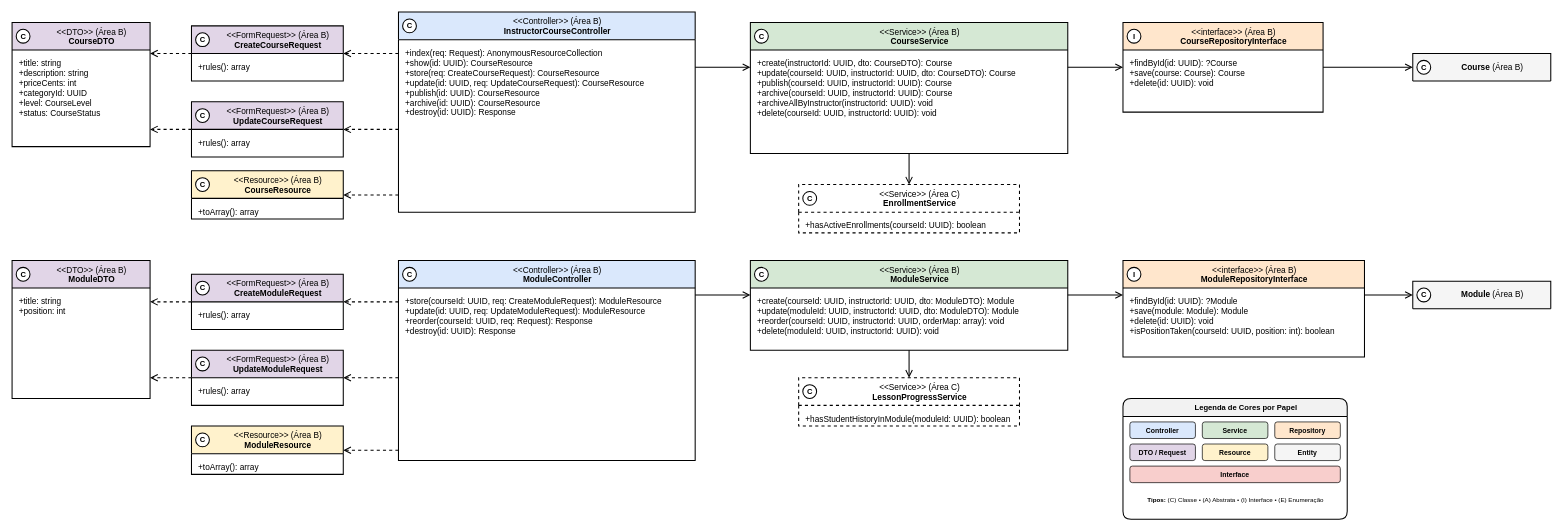
Before: especificacao/diagramas/13-classes-area-b-implementacao-cursos-modulos.drawio in Plataforma-de-Cursos-TCC/plataforma-cursos-docs, a draw.io diagram. Source tidied: cells renumbered, new cells numbered last; positions are measured from the earlier drawing's top-left corner, leaving out a move shared by most shapes. Both pictures are drawn from the tidied source at 69%, with x=0, y=0 at pixel (12, 12).
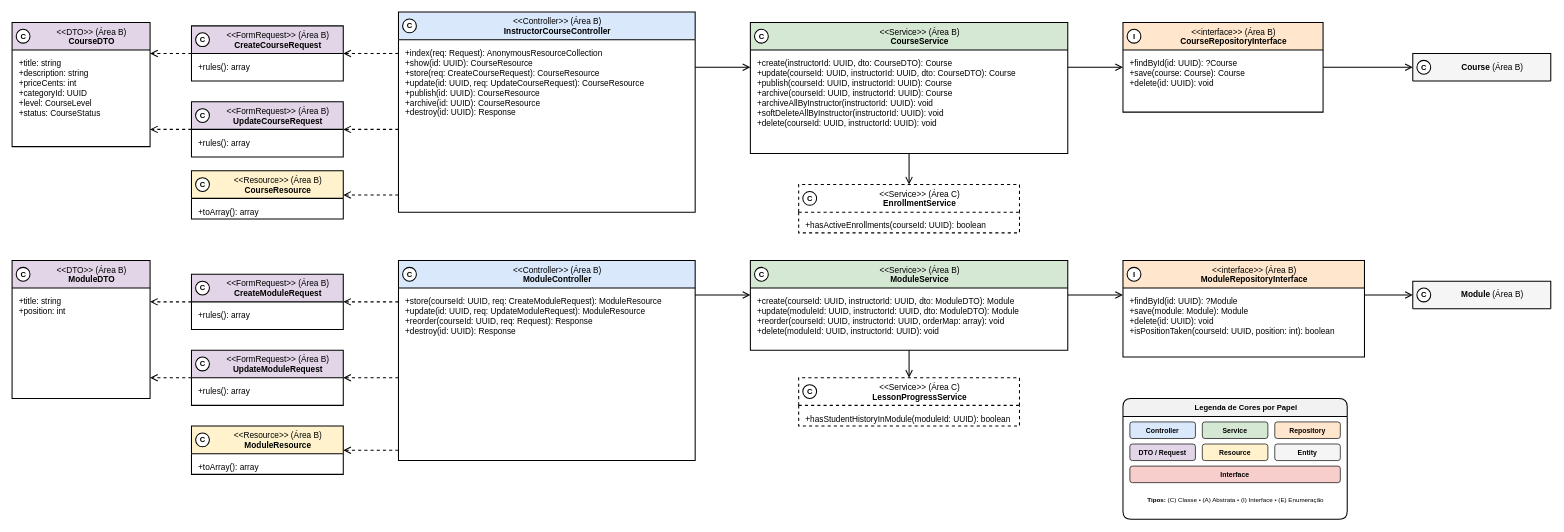
The same page after the edit.

Commit message (it also covers changes not shown here):
docs(spec): add softDeleteAllByInstructor method to CourseService

Add +softDeleteAllByInstructor(instructorId: UUID): void to CourseService in the implementation class diagram and class specification, supporting ADR-0014 cascading soft deletes alongside archiveAllByInstructor.

Unchanged cells that the change refers to:
```xml
<mxCell id="20" value="&amp;lt;&amp;lt;Service&amp;gt;&amp;gt; (Área B)&lt;br&gt;&lt;b&gt;CourseService&lt;/b&gt;" style="swimlane;html=1;fontStyle=0;align=center;verticalAlign=top;startSize=40;fillColor=#D5E8D4;swimlaneFillColor=#FFFFFF;strokeColor=#000000;strokeWidth=1.5;fontFamily=Helvetica;fontSize=12;fontColor=#000000;rounded=0;spacingLeft=30;" parent="1" vertex="1">
  <mxGeometry x="1070" y="15" width="460" height="190" as="geometry" />
</mxCell>
```

What changed in the source:
```diff
@@
-    <mxCell id="23" value="+create(instructorId: UUID, dto: CourseDTO): Course&lt;br&gt;+update(courseId: UUID, instructorId: UUID, dto: CourseDTO): Course&lt;br&gt;+publish(courseId: UUID, instructorId: UUID): Course&lt;br&gt;+archive(courseId: UUID, instructorId: UUID): Course&lt;br&gt;+archiveAllByInstructor(instructorId: UUID): void&lt;br&gt;+delete(courseId: UUID, instructorId: UUID): void" style="text;html=1;align=left;verticalAlign=top;spacingLeft=8;spacingRight=8;spacingTop=6;fontSize=12;fontFamily=Helvetica;fontColor=#000000;strokeColor=none;fillColor=none;" parent="20" vertex="1">
+    <mxCell id="23" value="+create(instructorId: UUID, dto: CourseDTO): Course&lt;br&gt;+update(courseId: UUID, instructorId: UUID, dto: CourseDTO): Course&lt;br&gt;+publish(courseId: UUID, instructorId: UUID): Course&lt;br&gt;+archive(courseId: UUID, instructorId: UUID): Course&lt;br&gt;+archiveAllByInstructor(instructorId: UUID): void&lt;br&gt;+softDeleteAllByInstructor(instructorId: UUID): void&lt;br&gt;+delete(courseId: UUID, instructorId: UUID): void" style="text;html=1;align=left;verticalAlign=top;spacingLeft=8;spacingRight=8;spacingTop=6;fontSize=12;fontFamily=Helvetica;fontColor=#000000;strokeColor=none;fillColor=none;" parent="20" vertex="1">
       <mxGeometry y="40" width="460" height="150" as="geometry" />
     </mxCell>
```
